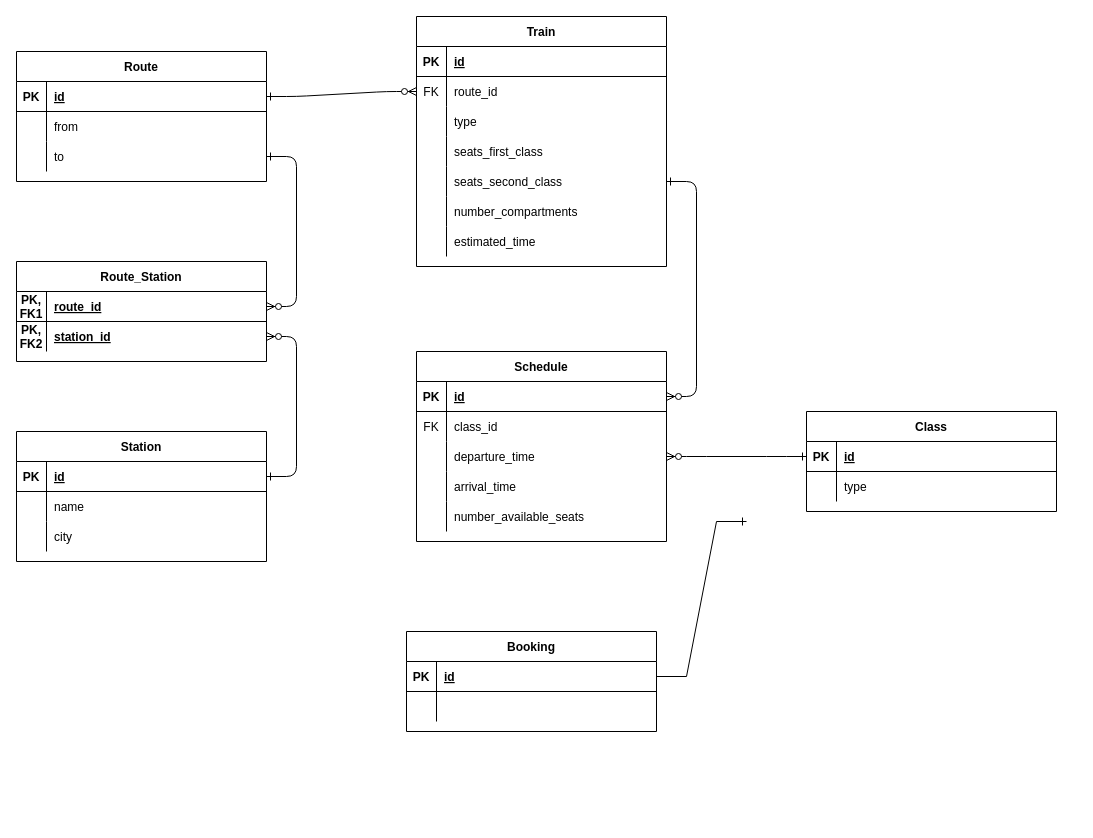
DiaconuAndr3i/RailwaysManagementSystem keeps this draw.io diagram as diagrams/railways.drawio. Above is the earlier version. Source tidied: cells renumbered, new cells numbered last; positions are measured from the earlier drawing's top-left corner, leaving out a move shared by most shapes. Both pictures are drawn from the tidied source at 100%, with x=0, y=0 at pixel (16, 16).
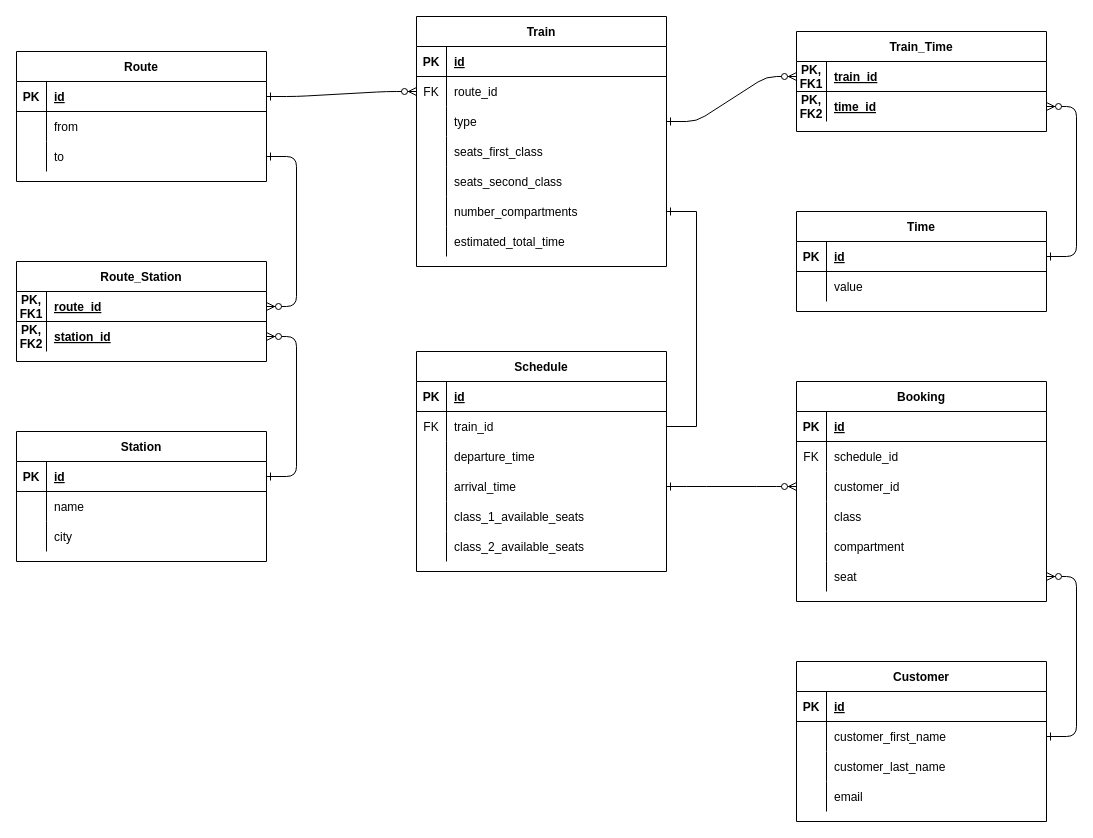
After the change.

Unchanged cells that the change refers to:
```xml
<mxCell id="3" style="shape=partialRectangle;fillColor=none;points=[[0,0.5],[1,0.5]];portConstraint=eastwest;top=0;left=0;right=0;bottom=1;" parent="2" vertex="1">
  <mxGeometry y="30" width="250" height="30" as="geometry" />
</mxCell>
<mxCell id="6" style="shape=partialRectangle;fillColor=none;points=[[0,0.5],[1,0.5]];portConstraint=eastwest;top=0;left=0;right=0;bottom=0;" parent="2" vertex="1">
  <mxGeometry y="60" width="250" height="30" as="geometry" />
</mxCell>
<mxCell id="9" style="shape=partialRectangle;fillColor=none;points=[[0,0.5],[1,0.5]];portConstraint=eastwest;top=0;left=0;right=0;bottom=0;" parent="2" vertex="1">
  <mxGeometry y="90" width="250" height="30" as="geometry" />
</mxCell>
<mxCell id="12" style="shape=partialRectangle;fillColor=none;points=[[0,0.5],[1,0.5]];portConstraint=eastwest;top=0;left=0;right=0;bottom=0;" parent="2" vertex="1">
  <mxGeometry y="120" width="250" height="30" as="geometry" />
</mxCell>
<mxCell id="15" style="shape=partialRectangle;fillColor=none;top=0;left=0;right=0;bottom=0;" parent="2" vertex="1">
  <mxGeometry y="150" width="250" height="30" as="geometry" />
</mxCell>
<mxCell id="49" style="shape=partialRectangle;fillColor=none;points=[[0,0.5],[1,0.5]];portConstraint=eastwest;top=0;left=0;right=0;bottom=1;" parent="48" vertex="1">
  <mxGeometry y="30" width="250" height="30" as="geometry" />
</mxCell>
<mxCell id="52" style="shape=partialRectangle;fillColor=none;top=0;left=0;right=0;bottom=0;" parent="48" vertex="1">
  <mxGeometry y="60" width="250" height="30" as="geometry" />
</mxCell>
<mxCell id="64" style="shape=partialRectangle;fillColor=none;points=[[0,0.5],[1,0.5]];portConstraint=eastwest;top=0;left=0;right=0;bottom=0;" parent="57" vertex="1">
  <mxGeometry y="90" width="250" height="30" as="geometry" />
</mxCell>
<mxCell id="70" style="shape=partialRectangle;fillColor=none;points=[[0,0.5],[1,0.5]];portConstraint=eastwest;top=0;left=0;right=0;bottom=0;" parent="57" vertex="1">
  <mxGeometry y="150" width="250" height="30" as="geometry" />
</mxCell>
<mxCell id="73" style="shape=partialRectangle;fillColor=none;points=[[0,0.5],[1,0.5]];portConstraint=eastwest;top=0;left=0;right=0;bottom=0;" parent="57" vertex="1">
  <mxGeometry y="180" width="250" height="30" as="geometry" />
</mxCell>
<mxCell id="76" style="shape=partialRectangle;fillColor=none;top=0;left=0;right=0;bottom=0;" parent="57" vertex="1">
  <mxGeometry y="210" width="250" height="30" as="geometry" />
</mxCell>
```

Change to the diagram source:
```diff
@@
     <mxCell id="2" value="Schedule" style="shape=table;startSize=30;childLayout=tableLayout;rowLines=0;fontStyle=1;align=center;" parent="1" vertex="1">
-      <mxGeometry x="400" y="335" width="250" height="190" as="geometry" />
+      <mxGeometry x="400" y="335" width="250" height="220" as="geometry" />
     </mxCell>
@@
-    <mxCell id="8" value="class_id" style="shape=partialRectangle;overflow=hidden;fillColor=none;top=0;left=0;bottom=0;right=0;align=left;spacingLeft=6;" parent="6" vertex="1">
+    <mxCell id="8" value="train_id" style="shape=partialRectangle;overflow=hidden;fillColor=none;top=0;left=0;bottom=0;right=0;align=left;spacingLeft=6;" parent="6" vertex="1">
       <mxGeometry x="30" width="220" height="30" as="geometry" />
     </mxCell>
@@
-    <mxCell id="17" value="number_available_seats" style="shape=partialRectangle;overflow=hidden;fillColor=none;top=0;left=0;bottom=0;right=0;align=left;spacingLeft=6;" parent="15" vertex="1">
+    <mxCell id="17" value="class_1_available_seats" style="shape=partialRectangle;overflow=hidden;fillColor=none;top=0;left=0;bottom=0;right=0;align=left;spacingLeft=6;" parent="15" vertex="1">
       <mxGeometry x="30" width="220" height="30" as="geometry" />
     </mxCell>
+    <mxCell id="87" style="shape=partialRectangle;fillColor=none;top=0;left=0;right=0;bottom=0;" parent="2" vertex="1">
+      <mxGeometry y="180" width="250" height="30" as="geometry" />
+    </mxCell>
+    <mxCell id="88" style="shape=partialRectangle;overflow=hidden;fillColor=none;top=0;left=0;bottom=0;right=0;" parent="87" vertex="1">
+      <mxGeometry width="30" height="30" as="geometry" />
+    </mxCell>
+    <mxCell id="89" value="class_2_available_seats" style="shape=partialRectangle;overflow=hidden;fillColor=none;top=0;left=0;bottom=0;right=0;align=left;spacingLeft=6;" parent="87" vertex="1">
+      <mxGeometry x="30" width="220" height="30" as="geometry" />
+    </mxCell>
@@
     <mxCell id="48" value="Booking" style="shape=table;startSize=30;childLayout=tableLayout;rowLines=0;fontStyle=1;align=center;" parent="1" vertex="1">
-      <mxGeometry x="390" y="615" width="250" height="100" as="geometry" />
+      <mxGeometry x="780" y="365" width="250" height="220" as="geometry" />
     </mxCell>
@@
-    <mxCell id="53" style="shape=partialRectangle;overflow=hidden;fillColor=none;top=0;left=0;bottom=0;right=0;" parent="52" vertex="1">
+    <mxCell id="53" value="FK" style="shape=partialRectangle;overflow=hidden;fillColor=none;top=0;left=0;bottom=0;right=0;" parent="52" vertex="1">
       <mxGeometry width="30" height="30" as="geometry" />
     </mxCell>
-    <mxCell id="54" style="shape=partialRectangle;overflow=hidden;fillColor=none;top=0;left=0;bottom=0;right=0;align=left;spacingLeft=6;" parent="52" vertex="1">
+    <mxCell id="54" value="schedule_id" style="shape=partialRectangle;overflow=hidden;fillColor=none;top=0;left=0;bottom=0;right=0;align=left;spacingLeft=6;" parent="52" vertex="1">
       <mxGeometry x="30" width="220" height="30" as="geometry" />
     </mxCell>
-    <mxCell id="55" style="edgeStyle=entityRelationEdgeStyle;endArrow=ERzeroToMany;startArrow=ERone;endFill=1;startFill=0;entryX=1;entryY=0.5;entryDx=0;entryDy=0;exitX=1;exitY=0.5;exitDx=0;exitDy=0;" parent="1" edge="1" source="70" target="3">
-      <mxGeometry x="-0.45" y="59" relative="1" as="geometry">
-        <mxPoint x="-27" y="-20" as="offset" />
-      </mxGeometry>
-    </mxCell>
+    <mxCell id="90" style="shape=partialRectangle;fillColor=none;points=[[0,0.5],[1,0.5]];portConstraint=eastwest;top=0;left=0;right=0;bottom=0;" parent="48" vertex="1">
+      <mxGeometry y="90" width="250" height="30" as="geometry" />
+    </mxCell>
+    <mxCell id="91" style="shape=partialRectangle;overflow=hidden;fillColor=none;top=0;left=0;bottom=0;right=0;" parent="90" vertex="1">
+      <mxGeometry width="30" height="30" as="geometry" />
+    </mxCell>
+    <mxCell id="92" value="customer_id" style="shape=partialRectangle;overflow=hidden;fillColor=none;top=0;left=0;bottom=0;right=0;align=left;spacingLeft=6;" parent="90" vertex="1">
+      <mxGeometry x="30" width="220" height="30" as="geometry" />
+    </mxCell>
+    <mxCell id="93" style="shape=partialRectangle;fillColor=none;top=0;left=0;right=0;bottom=0;" parent="48" vertex="1">
+      <mxGeometry y="120" width="250" height="30" as="geometry" />
+    </mxCell>
+    <mxCell id="94" style="shape=partialRectangle;overflow=hidden;fillColor=none;top=0;left=0;bottom=0;right=0;" parent="93" vertex="1">
+      <mxGeometry width="30" height="30" as="geometry" />
+    </mxCell>
+    <mxCell id="95" value="class" style="shape=partialRectangle;overflow=hidden;fillColor=none;top=0;left=0;bottom=0;right=0;align=left;spacingLeft=6;" parent="93" vertex="1">
+      <mxGeometry x="30" width="220" height="30" as="geometry" />
+    </mxCell>
+    <mxCell id="96" style="shape=partialRectangle;fillColor=none;top=0;left=0;right=0;bottom=0;" parent="48" vertex="1">
+      <mxGeometry y="150" width="250" height="30" as="geometry" />
+    </mxCell>
+    <mxCell id="97" style="shape=partialRectangle;overflow=hidden;fillColor=none;top=0;left=0;bottom=0;right=0;" parent="96" vertex="1">
+      <mxGeometry width="30" height="30" as="geometry" />
+    </mxCell>
+    <mxCell id="98" value="compartment" style="shape=partialRectangle;overflow=hidden;fillColor=none;top=0;left=0;bottom=0;right=0;align=left;spacingLeft=6;" parent="96" vertex="1">
+      <mxGeometry x="30" width="220" height="30" as="geometry" />
+    </mxCell>
+    <mxCell id="99" style="shape=partialRectangle;fillColor=none;points=[[0,0.5],[1,0.5]];portConstraint=eastwest;top=0;left=0;right=0;bottom=0;" parent="48" vertex="1">
+      <mxGeometry y="180" width="250" height="30" as="geometry" />
+    </mxCell>
+    <mxCell id="100" style="shape=partialRectangle;overflow=hidden;fillColor=none;top=0;left=0;bottom=0;right=0;" parent="99" vertex="1">
+      <mxGeometry width="30" height="30" as="geometry" />
+    </mxCell>
+    <mxCell id="101" value="seat" style="shape=partialRectangle;overflow=hidden;fillColor=none;top=0;left=0;bottom=0;right=0;align=left;spacingLeft=6;" parent="99" vertex="1">
+      <mxGeometry x="30" width="220" height="30" as="geometry" />
+    </mxCell>
-    <mxCell id="56" style="edgeStyle=entityRelationEdgeStyle;fontSize=12;html=1;endArrow=ERone;endFill=1;rounded=0;exitX=1;exitY=0.5;exitDx=0;exitDy=0;" parent="1" edge="1" source="49">
-      <mxGeometry relative="1" as="geometry">
-        <mxPoint x="730" y="505" as="targetPoint" />
-      </mxGeometry>
+    <mxCell id="56" style="edgeStyle=entityRelationEdgeStyle;fontSize=12;html=1;endArrow=ERone;endFill=1;rounded=0;entryX=1;entryY=0.5;entryDx=0;entryDy=0;exitX=1;exitY=0.5;exitDx=0;exitDy=0;" parent="1" edge="1" source="6" target="73">
+      <mxGeometry relative="1" as="geometry" />
     </mxCell>
@@
-    <mxCell id="78" value="estimated_time" style="shape=partialRectangle;overflow=hidden;fillColor=none;top=0;left=0;bottom=0;right=0;align=left;spacingLeft=6;" parent="76" vertex="1">
+    <mxCell id="78" value="estimated_total_time" style="shape=partialRectangle;overflow=hidden;fillColor=none;top=0;left=0;bottom=0;right=0;align=left;spacingLeft=6;" parent="76" vertex="1">
       <mxGeometry x="30" width="220" height="30" as="geometry" />
     </mxCell>
-    <mxCell id="79" value="Class" style="shape=table;startSize=30;childLayout=tableLayout;rowLines=0;fontStyle=1;align=center;" parent="1" vertex="1">
-      <mxGeometry x="790" y="395" width="250" height="100" as="geometry" />
-    </mxCell>
-    <mxCell id="80" style="shape=partialRectangle;fillColor=none;points=[[0,0.5],[1,0.5]];portConstraint=eastwest;top=0;left=0;right=0;bottom=1;" parent="79" vertex="1">
-      <mxGeometry y="30" width="250" height="30" as="geometry" />
-    </mxCell>
-    <mxCell id="81" value="PK" style="shape=partialRectangle;overflow=hidden;fillColor=none;top=0;left=0;bottom=0;right=0;fontStyle=1;" parent="80" vertex="1">
-      <mxGeometry width="30" height="30" as="geometry" />
-    </mxCell>
-    <mxCell id="82" value="id" style="shape=partialRectangle;overflow=hidden;fillColor=none;top=0;left=0;bottom=0;right=0;align=left;spacingLeft=6;fontStyle=5;" parent="80" vertex="1">
-      <mxGeometry x="30" width="220" height="30" as="geometry" />
-    </mxCell>
-    <mxCell id="83" style="shape=partialRectangle;fillColor=none;top=0;left=0;right=0;bottom=0;" parent="79" vertex="1">
-      <mxGeometry y="60" width="250" height="30" as="geometry" />
-    </mxCell>
-    <mxCell id="84" style="shape=partialRectangle;overflow=hidden;fillColor=none;top=0;left=0;bottom=0;right=0;" parent="83" vertex="1">
-      <mxGeometry width="30" height="30" as="geometry" />
-    </mxCell>
-    <mxCell id="85" value="type" style="shape=partialRectangle;overflow=hidden;fillColor=none;top=0;left=0;bottom=0;right=0;align=left;spacingLeft=6;" parent="83" vertex="1">
-      <mxGeometry x="30" width="220" height="30" as="geometry" />
-    </mxCell>
-    <mxCell id="86" style="edgeStyle=entityRelationEdgeStyle;endArrow=ERzeroToMany;startArrow=ERone;endFill=1;startFill=0;exitX=0;exitY=0.5;exitDx=0;exitDy=0;entryX=1;entryY=0.5;entryDx=0;entryDy=0;" parent="1" edge="1" source="80" target="9">
-      <mxGeometry x="-0.45" y="59" relative="1" as="geometry">
-        <mxPoint x="-27" y="-20" as="offset" />
-      </mxGeometry>
-    </mxCell>
+    <mxCell id="102" style="edgeStyle=entityRelationEdgeStyle;endArrow=ERzeroToMany;startArrow=ERone;endFill=1;startFill=0;exitX=1;exitY=0.5;exitDx=0;exitDy=0;entryX=0;entryY=0.5;entryDx=0;entryDy=0;" parent="1" edge="1" source="12" target="90">
+      <mxGeometry x="-0.45" y="59" relative="1" as="geometry">
+        <mxPoint x="-27" y="-20" as="offset" />
+      </mxGeometry>
+    </mxCell>
+    <mxCell id="103" value="Time" style="shape=table;startSize=30;childLayout=tableLayout;rowLines=0;fontStyle=1;align=center;" parent="1" vertex="1">
+      <mxGeometry x="780" y="195" width="250" height="100" as="geometry" />
+    </mxCell>
+    <mxCell id="104" style="shape=partialRectangle;fillColor=none;points=[[0,0.5],[1,0.5]];portConstraint=eastwest;top=0;left=0;right=0;bottom=1;" parent="103" vertex="1">
+      <mxGeometry y="30" width="250" height="30" as="geometry" />
+    </mxCell>
+    <mxCell id="105" value="PK" style="shape=partialRectangle;overflow=hidden;fillColor=none;top=0;left=0;bottom=0;right=0;fontStyle=1;" parent="104" vertex="1">
+      <mxGeometry width="30" height="30" as="geometry" />
+    </mxCell>
+    <mxCell id="106" value="id" style="shape=partialRectangle;overflow=hidden;fillColor=none;top=0;left=0;bottom=0;right=0;align=left;spacingLeft=6;fontStyle=5;" parent="104" vertex="1">
+      <mxGeometry x="30" width="220" height="30" as="geometry" />
+    </mxCell>
+    <mxCell id="107" style="shape=partialRectangle;fillColor=none;top=0;left=0;right=0;bottom=0;" parent="103" vertex="1">
+      <mxGeometry y="60" width="250" height="30" as="geometry" />
+    </mxCell>
+    <mxCell id="108" style="shape=partialRectangle;overflow=hidden;fillColor=none;top=0;left=0;bottom=0;right=0;" parent="107" vertex="1">
+      <mxGeometry width="30" height="30" as="geometry" />
+    </mxCell>
+    <mxCell id="109" value="value" style="shape=partialRectangle;overflow=hidden;fillColor=none;top=0;left=0;bottom=0;right=0;align=left;spacingLeft=6;" parent="107" vertex="1">
+      <mxGeometry x="30" width="220" height="30" as="geometry" />
+    </mxCell>
+    <mxCell id="110" value="Train_Time" style="shape=table;startSize=30;childLayout=tableLayout;rowLines=0;fontStyle=1;align=center;" parent="1" vertex="1">
+      <mxGeometry x="780" y="15" width="250" height="100" as="geometry" />
+    </mxCell>
+    <mxCell id="111" style="shape=partialRectangle;fillColor=none;points=[[0,0.5],[1,0.5]];portConstraint=eastwest;top=0;left=0;right=0;bottom=1;" parent="110" vertex="1">
+      <mxGeometry y="30" width="250" height="30" as="geometry" />
+    </mxCell>
+    <mxCell id="112" value="PK,&#10;FK1" style="shape=partialRectangle;overflow=hidden;fillColor=none;top=0;left=0;bottom=0;right=0;fontStyle=1;" parent="111" vertex="1">
+      <mxGeometry width="30" height="30" as="geometry" />
+    </mxCell>
+    <mxCell id="113" value="train_id" style="shape=partialRectangle;overflow=hidden;fillColor=none;top=0;left=0;bottom=0;right=0;align=left;spacingLeft=6;fontStyle=5;" parent="111" vertex="1">
+      <mxGeometry x="30" width="220" height="30" as="geometry" />
+    </mxCell>
+    <mxCell id="114" style="shape=partialRectangle;fillColor=none;points=[[0,0.5],[1,0.5]];portConstraint=eastwest;top=0;left=0;right=0;bottom=0;" parent="110" vertex="1">
+      <mxGeometry y="60" width="250" height="30" as="geometry" />
+    </mxCell>
+    <mxCell id="115" value="PK,&#10;FK2" style="shape=partialRectangle;overflow=hidden;fillColor=none;top=0;left=0;bottom=0;right=0;fontStyle=1;" parent="114" vertex="1">
+      <mxGeometry width="30" height="30" as="geometry" />
+    </mxCell>
+    <mxCell id="116" value="time_id" style="shape=partialRectangle;overflow=hidden;fillColor=none;top=0;left=0;bottom=0;right=0;align=left;spacingLeft=6;fontStyle=5;" parent="114" vertex="1">
+      <mxGeometry x="30" width="220" height="30" as="geometry" />
+    </mxCell>
+    <mxCell id="117" style="edgeStyle=entityRelationEdgeStyle;endArrow=ERzeroToMany;startArrow=ERone;endFill=1;startFill=0;entryX=0;entryY=0.5;entryDx=0;entryDy=0;exitX=1;exitY=0.5;exitDx=0;exitDy=0;" parent="1" edge="1" source="64" target="111">
+      <mxGeometry x="-0.45" y="59" relative="1" as="geometry">
+        <mxPoint x="-27" y="-20" as="offset" />
+      </mxGeometry>
+    </mxCell>
+    <mxCell id="118" style="edgeStyle=entityRelationEdgeStyle;endArrow=ERzeroToMany;startArrow=ERone;endFill=1;startFill=0;exitX=1;exitY=0.5;exitDx=0;exitDy=0;entryX=1;entryY=0.5;entryDx=0;entryDy=0;" parent="1" edge="1" source="104" target="114">
+      <mxGeometry x="-0.45" y="59" relative="1" as="geometry">
+        <mxPoint x="-27" y="-20" as="offset" />
+      </mxGeometry>
+    </mxCell>
+    <mxCell id="119" value="Customer" style="shape=table;startSize=30;childLayout=tableLayout;rowLines=0;fontStyle=1;align=center;" parent="1" vertex="1">
+      <mxGeometry x="780" y="645" width="250" height="160" as="geometry" />
+    </mxCell>
+    <mxCell id="120" style="shape=partialRectangle;fillColor=none;top=0;left=0;right=0;bottom=1;" parent="119" vertex="1">
+      <mxGeometry y="30" width="250" height="30" as="geometry" />
+    </mxCell>
+    <mxCell id="121" value="PK" style="shape=partialRectangle;overflow=hidden;fillColor=none;top=0;left=0;bottom=0;right=0;fontStyle=1;" parent="120" vertex="1">
+      <mxGeometry width="30" height="30" as="geometry" />
+    </mxCell>
+    <mxCell id="122" value="id" style="shape=partialRectangle;overflow=hidden;fillColor=none;top=0;left=0;bottom=0;right=0;align=left;spacingLeft=6;fontStyle=5;" parent="120" vertex="1">
+      <mxGeometry x="30" width="220" height="30" as="geometry" />
+    </mxCell>
+    <mxCell id="123" style="shape=partialRectangle;fillColor=none;points=[[0,0.5],[1,0.5]];portConstraint=eastwest;top=0;left=0;right=0;bottom=0;" parent="119" vertex="1">
+      <mxGeometry y="60" width="250" height="30" as="geometry" />
+    </mxCell>
+    <mxCell id="124" style="shape=partialRectangle;overflow=hidden;fillColor=none;top=0;left=0;bottom=0;right=0;" parent="123" vertex="1">
+      <mxGeometry width="30" height="30" as="geometry" />
+    </mxCell>
+    <mxCell id="125" value="customer_first_name" style="shape=partialRectangle;overflow=hidden;fillColor=none;top=0;left=0;bottom=0;right=0;align=left;spacingLeft=6;" parent="123" vertex="1">
+      <mxGeometry x="30" width="220" height="30" as="geometry" />
+    </mxCell>
+    <mxCell id="126" style="shape=partialRectangle;fillColor=none;top=0;left=0;right=0;bottom=0;" parent="119" vertex="1">
+      <mxGeometry y="90" width="250" height="30" as="geometry" />
+    </mxCell>
+    <mxCell id="127" style="shape=partialRectangle;overflow=hidden;fillColor=none;top=0;left=0;bottom=0;right=0;" parent="126" vertex="1">
+      <mxGeometry width="30" height="30" as="geometry" />
+    </mxCell>
+    <mxCell id="128" value="customer_last_name" style="shape=partialRectangle;overflow=hidden;fillColor=none;top=0;left=0;bottom=0;right=0;align=left;spacingLeft=6;" parent="126" vertex="1">
+      <mxGeometry x="30" width="220" height="30" as="geometry" />
+    </mxCell>
+    <mxCell id="129" style="shape=partialRectangle;fillColor=none;top=0;left=0;right=0;bottom=0;" parent="119" vertex="1">
+      <mxGeometry y="120" width="250" height="30" as="geometry" />
+    </mxCell>
+    <mxCell id="130" style="shape=partialRectangle;overflow=hidden;fillColor=none;top=0;left=0;bottom=0;right=0;" parent="129" vertex="1">
+      <mxGeometry width="30" height="30" as="geometry" />
+    </mxCell>
+    <mxCell id="131" value="email" style="shape=partialRectangle;overflow=hidden;fillColor=none;top=0;left=0;bottom=0;right=0;align=left;spacingLeft=6;" parent="129" vertex="1">
+      <mxGeometry x="30" width="220" height="30" as="geometry" />
+    </mxCell>
+    <mxCell id="132" style="edgeStyle=entityRelationEdgeStyle;endArrow=ERzeroToMany;startArrow=ERone;endFill=1;startFill=0;exitX=1;exitY=0.5;exitDx=0;exitDy=0;entryX=1;entryY=0.5;entryDx=0;entryDy=0;" parent="1" edge="1" source="123" target="99">
+      <mxGeometry x="-0.45" y="59" relative="1" as="geometry">
+        <mxPoint x="-27" y="-20" as="offset" />
+      </mxGeometry>
+    </mxCell>
```
